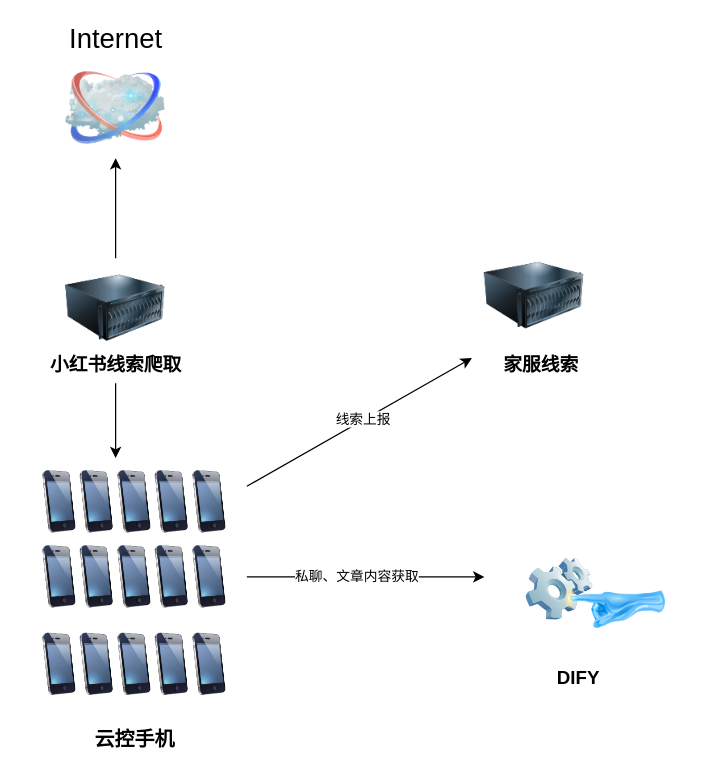
Earlier version of the draw.io diagram 小红书线索.drawio (hbulixu/diagrams_store). Source tidied: cells renumbered, new cells numbered last; positions are measured from the earlier drawing's top-left corner, leaving out a move shared by most shapes. Both pictures are drawn from the tidied source at 125%, with x=0, y=0 at pixel (21, 58). Pictures stored in the file or linked from it are replaced by grey dashed boxes.
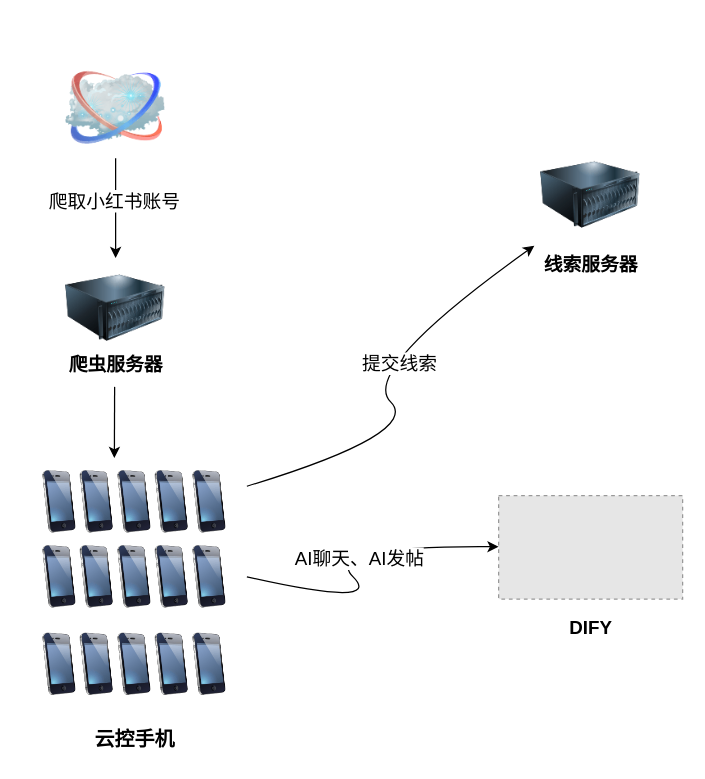
After the change.

Commit message:
更新小红书线索.drawio

The change refers to these unchanged cells:
```xml
<mxCell id="5" style="image;html=1;image=img/lib/clip_art/computers/Server_128x128.png;" parent="1" vertex="1">
  <mxGeometry x="35" y="160" width="80" height="80" as="geometry" />
</mxCell>
<mxCell id="11" style="image;html=1;labelBackgroundColor=#ffffff;image=img/lib/clip_art/telecommunication/iPhone_128x128.png;rounded=1;shadow=0;comic=0;strokeWidth=2;fontSize=22;" parent="1" vertex="1">
  <mxGeometry x="120" y="330" width="60" height="50" as="geometry" />
</mxCell>
<mxCell id="18" style="image;html=1;labelBackgroundColor=#ffffff;image=img/lib/clip_art/telecommunication/iPhone_128x128.png;rounded=1;shadow=0;comic=0;strokeWidth=2;fontSize=22;" parent="1" vertex="1">
  <mxGeometry x="120" y="390" width="60" height="50" as="geometry" />
</mxCell>
```

The edit, as a diff of the source:
```diff
@@
-    <mxCell id="2" value="Internet" style="image;html=1;labelBackgroundColor=#ffffff;image=img/lib/clip_art/networking/Cloud_128x128.png;rounded=1;shadow=0;comic=0;strokeWidth=2;fontSize=22;labelPosition=center;verticalLabelPosition=top;align=center;verticalAlign=bottom;" parent="1" vertex="1">
+    <mxCell id="2" style="image;html=1;labelBackgroundColor=#ffffff;image=img/lib/clip_art/networking/Cloud_128x128.png;rounded=1;shadow=0;comic=0;strokeWidth=2;fontSize=22;labelPosition=center;verticalLabelPosition=top;align=center;verticalAlign=bottom;" parent="1" vertex="1">
       <mxGeometry x="35" width="80" height="80" as="geometry" />
     </mxCell>
@@
-    <mxCell id="4" style="edgeStyle=orthogonalEdgeStyle;rounded=0;jettySize=auto;html=1;" parent="1" edge="1" source="5" target="2">
-      <mxGeometry relative="1" as="geometry" />
-    </mxCell>
@@
-    <mxCell id="6" style="edgeStyle=orthogonalEdgeStyle;rounded=0;jettySize=auto;html=1;" parent="1" edge="1" source="7">
-      <mxGeometry relative="1" as="geometry">
-        <mxPoint x="75" y="320" as="targetPoint" />
-      </mxGeometry>
-    </mxCell>
-    <mxCell id="7" value="小红书线索爬取" style="text;html=1;align=center;verticalAlign=middle;points=[];strokeColor=none;fillColor=none;fontSize=15;fontStyle=1;" parent="1" vertex="1">
-      <mxGeometry x="10" y="230" width="130" height="30" as="geometry" />
+    <mxCell id="7" value="爬虫服务器" style="text;html=1;align=center;verticalAlign=middle;points=[];strokeColor=none;fillColor=none;fontSize=15;fontStyle=1;" parent="1" vertex="1">
+      <mxGeometry x="25" y="230" width="100" height="30" as="geometry" />
     </mxCell>
@@
-    <mxCell id="16" style="edgeStyle=orthogonalEdgeStyle;rounded=0;jettySize=auto;html=1;" parent="1" edge="1" source="18">
-      <mxGeometry relative="1" as="geometry">
-        <mxPoint x="370" y="415" as="targetPoint" />
-      </mxGeometry>
-    </mxCell>
-    <mxCell id="17" value="私聊、文章内容获取" style="edgeLabel;html=1;align=center;verticalAlign=middle;" parent="16" vertex="1">
-      <mxGeometry x="-0.09" y="1" relative="1" as="geometry" />
-    </mxCell>
@@
-    <mxCell id="25" style="image;html=1;image=img/lib/clip_art/computers/Software_128x128.png;" parent="1" vertex="1">
-      <mxGeometry x="400" y="400" width="60" height="50" as="geometry" />
-    </mxCell>
-    <mxCell id="26" style="image;html=1;image=img/lib/clip_art/computers/Touch_128x128.png;" parent="1" vertex="1">
-      <mxGeometry x="435" y="400" width="80" height="80" as="geometry" />
-    </mxCell>
     <mxCell id="27" value="DIFY" style="text;html=1;align=center;verticalAlign=middle;strokeColor=none;fillColor=none;fontSize=15;fontStyle=1;" parent="1" vertex="1">
-      <mxGeometry x="415" y="480" width="60" height="30" as="geometry" />
+      <mxGeometry x="425" y="440" width="60" height="30" as="geometry" />
     </mxCell>
     <mxCell id="28" style="image;html=1;image=img/lib/clip_art/computers/Server_128x128.png;" parent="1" vertex="1">
-      <mxGeometry x="370" y="150" width="80" height="80" as="geometry" />
+      <mxGeometry x="415" y="69.5" width="80" height="80" as="geometry" />
     </mxCell>
-    <mxCell id="29" value="家服线索" style="text;html=1;align=center;verticalAlign=middle;strokeColor=none;fillColor=none;fontSize=15;fontStyle=1;" parent="1" vertex="1">
-      <mxGeometry x="375" y="230" width="80" height="30" as="geometry" />
+    <mxCell id="29" value="线索服务器" style="text;html=1;align=center;verticalAlign=middle;strokeColor=none;fillColor=none;fontSize=15;fontStyle=1;" parent="1" vertex="1">
+      <mxGeometry x="405" y="149.5" width="100" height="30" as="geometry" />
     </mxCell>
-    <mxCell id="30" style="endArrow=classic;html=1;rounded=0;exitX=1;exitY=0.25;exitDx=0;exitDy=0;" parent="1" edge="1" source="11">
-      <mxGeometry relative="1" as="geometry">
-        <mxPoint x="360" y="240" as="targetPoint" />
-      </mxGeometry>
-    </mxCell>
-    <mxCell id="31" value="线索上报" style="edgeLabel;html=1;align=center;verticalAlign=middle;" parent="30" vertex="1">
-      <mxGeometry x="0.03" relative="1" as="geometry">
-        <mxPoint y="-1" as="offset" />
-      </mxGeometry>
-    </mxCell>
+    <mxCell id="32" style="fillColor=#E6E6E6;strokeColor=#999999;dashed=1;verticalLabelPosition=bottom;labelBackgroundColor=default;verticalAlign=top;" parent="1" vertex="1">
+      <mxGeometry x="381.4" y="350" width="147.2" height="82.8" as="geometry" />
+    </mxCell>
+    <mxCell id="33" style="curved=1;endArrow=classic;html=1;rounded=0;exitX=1;exitY=0.25;exitDx=0;exitDy=0;" parent="1" edge="1" source="11">
+      <mxGeometry relative="1" as="geometry">
+        <mxPoint x="410" y="150" as="targetPoint" />
+        <Array as="points">
+          <mxPoint x="320" y="300" />
+          <mxPoint x="270" y="250" />
+        </Array>
+      </mxGeometry>
+    </mxCell>
+    <mxCell id="34" value="提交线索" style="edgeLabel;html=1;align=center;verticalAlign=middle;fontSize=15;" parent="33" vertex="1">
+      <mxGeometry x="0.27" y="-13" relative="1" as="geometry" />
+    </mxCell>
+    <mxCell id="35" style="endArrow=classic;html=1;rounded=0;exitX=0.5;exitY=1;exitDx=0;exitDy=0;entryX=0.5;entryY=0;entryDx=0;entryDy=0;" parent="1" edge="1" source="2" target="5">
+      <mxGeometry relative="1" as="geometry" />
+    </mxCell>
+    <mxCell id="36" value="爬取小红书账号" style="edgeLabel;html=1;align=center;verticalAlign=middle;fontSize=15;" parent="35" vertex="1">
+      <mxGeometry x="-0.17" y="-2" relative="1" as="geometry" />
+    </mxCell>
+    <mxCell id="37" style="endArrow=classic;html=1;rounded=0;exitX=0.492;exitY=1.1;exitDx=0;exitDy=0;exitPerimeter=0;" parent="1" edge="1" source="7">
+      <mxGeometry relative="1" as="geometry">
+        <mxPoint x="74" y="320" as="targetPoint" />
+      </mxGeometry>
+    </mxCell>
+    <mxCell id="38" style="curved=1;endArrow=classic;html=1;rounded=0;exitX=1;exitY=0.5;exitDx=0;exitDy=0;" parent="1" edge="1" source="18" target="32">
+      <mxGeometry relative="1" as="geometry">
+        <Array as="points">
+          <mxPoint x="290" y="440" />
+          <mxPoint x="240" y="390" />
+        </Array>
+      </mxGeometry>
+    </mxCell>
+    <mxCell id="39" value="AI聊天、AI发帖" style="edgeLabel;html=1;align=center;verticalAlign=middle;fontSize=15;" parent="38" vertex="1">
+      <mxGeometry x="0.31" y="-9" relative="1" as="geometry" />
+    </mxCell>
```
